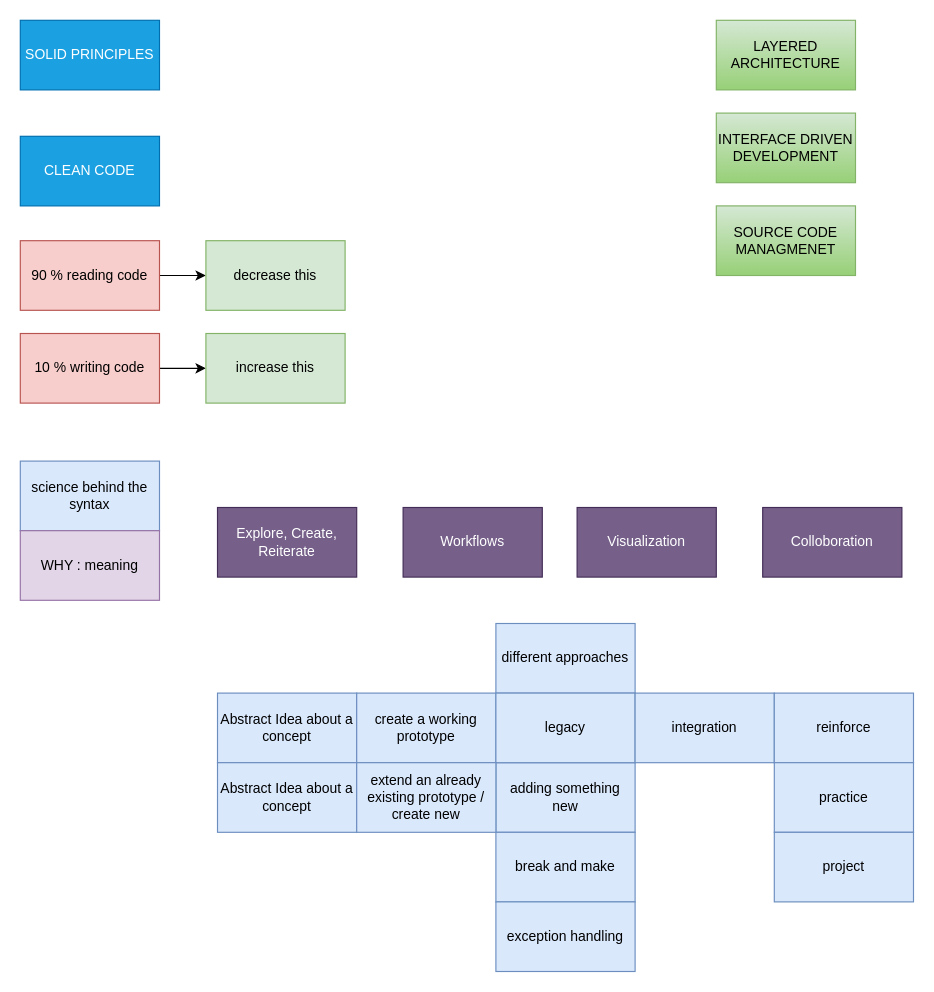
aukokyong/jfs-master keeps this draw.io diagram as page "Best *" (1 of 13) of java/diagrams/java-workflow.drawio. Above is the earlier version. Source tidied: cells renumbered, new cells numbered last; positions are measured from the earlier drawing's top-left corner, leaving out a move shared by most shapes. Both pictures are drawn from the tidied source at 116%, with x=0, y=0 at pixel (20, 20).
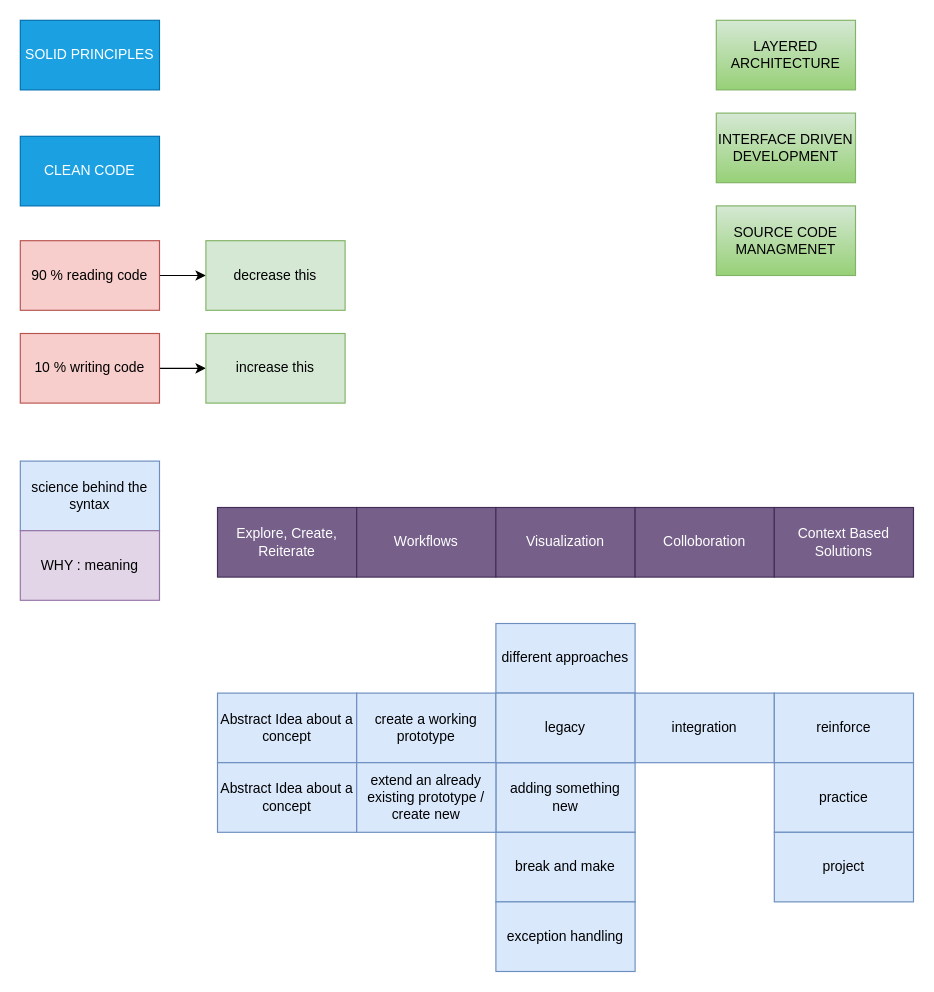
After the change.

Change to the diagram source:
```diff
@@
     <mxCell id="29" value="Workflows" style="rounded=0;whiteSpace=wrap;html=1;fillColor=#76608a;strokeColor=#432D57;fontColor=#ffffff;" parent="1" vertex="1">
-      <mxGeometry x="330" y="420" width="120" height="60" as="geometry" />
+      <mxGeometry x="290" y="420" width="120" height="60" as="geometry" />
     </mxCell>
     <mxCell id="30" value="Visualization" style="rounded=0;whiteSpace=wrap;html=1;fillColor=#76608a;strokeColor=#432D57;fontColor=#ffffff;" parent="1" vertex="1">
-      <mxGeometry x="480" y="420" width="120" height="60" as="geometry" />
+      <mxGeometry x="410" y="420" width="120" height="60" as="geometry" />
     </mxCell>
     <mxCell id="31" value="Colloboration" style="rounded=0;whiteSpace=wrap;html=1;fillColor=#76608a;strokeColor=#432D57;fontColor=#ffffff;" parent="1" vertex="1">
-      <mxGeometry x="640" y="420" width="120" height="60" as="geometry" />
+      <mxGeometry x="530" y="420" width="120" height="60" as="geometry" />
     </mxCell>
+    <mxCell id="32" value="Context Based Solutions" style="rounded=0;whiteSpace=wrap;html=1;fillColor=#76608a;strokeColor=#432D57;fontColor=#ffffff;" parent="1" vertex="1">
+      <mxGeometry x="650" y="420" width="120" height="60" as="geometry" />
+    </mxCell>
```
